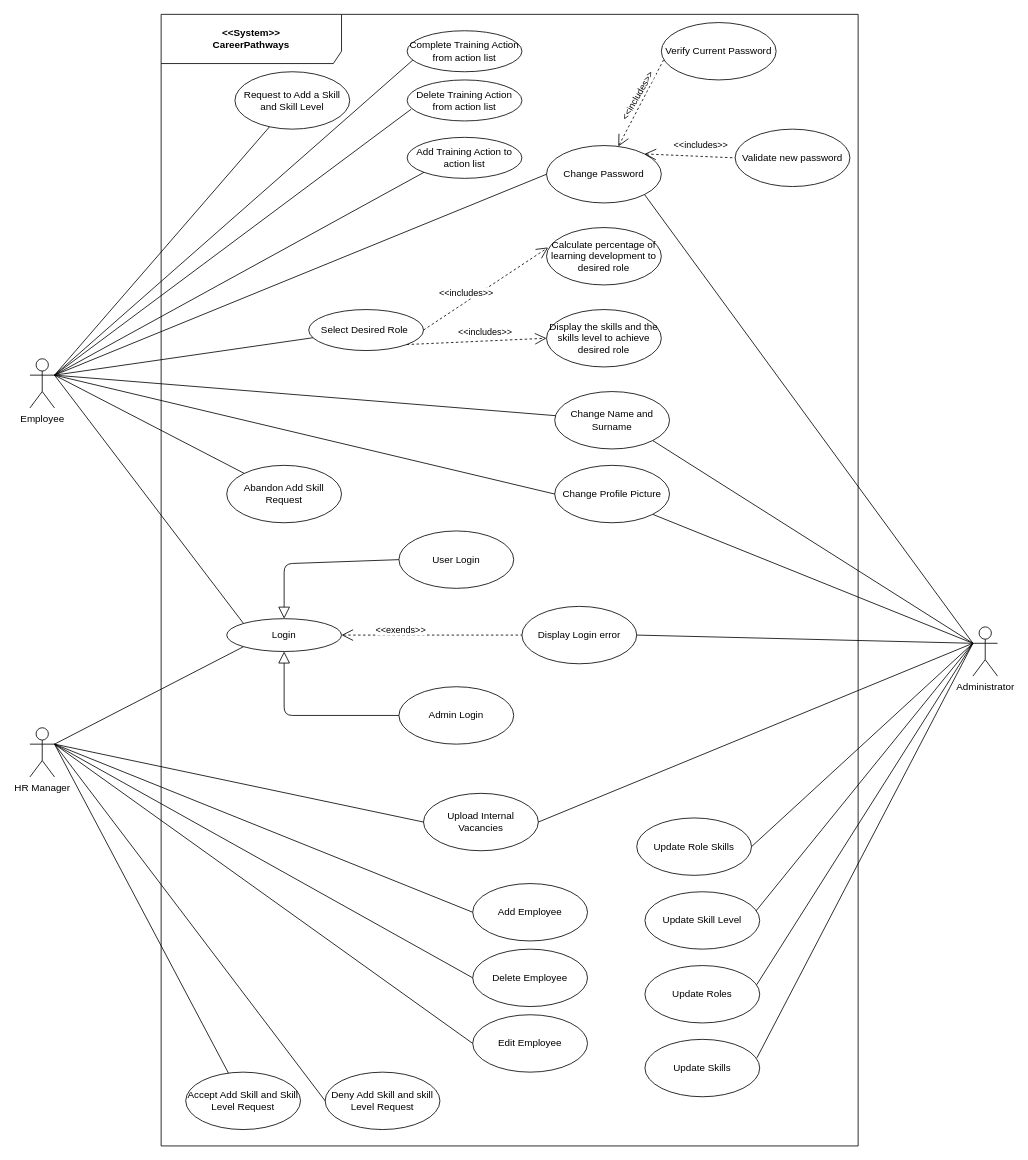
Above: CareerPathways.drawio in learningCurve89/WorkBasedPortfolios (draw.io), before the change. Source tidied: cells renumbered, new cells numbered last; positions are measured from the earlier drawing's top-left corner, leaving out a move shared by most shapes. Both pictures are drawn from the tidied source at 82%, with x=0, y=0 at pixel (30, 14).
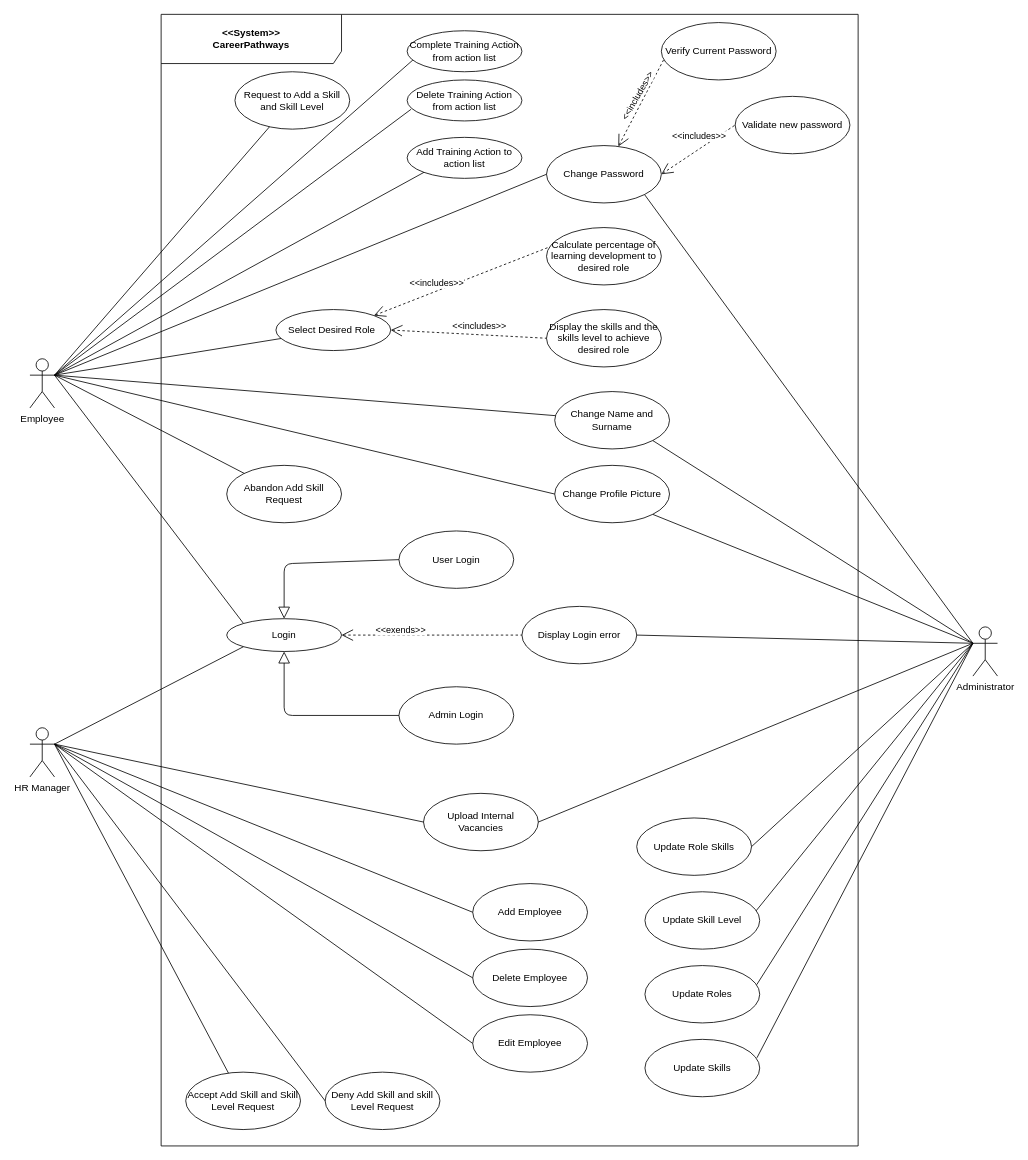
After the change.

Unchanged cells that the change refers to:
```xml
<mxCell id="11" value="Display the skills and the skills level to achieve desired role" style="ellipse;whiteSpace=wrap;html=1;" parent="1" vertex="1">
  <mxGeometry x="630" y="360" width="140" height="70" as="geometry" />
</mxCell>
<mxCell id="12" value="Change Password" style="ellipse;whiteSpace=wrap;html=1;" parent="1" vertex="1">
  <mxGeometry x="630" y="160" width="140" height="70" as="geometry" />
</mxCell>
<mxCell id="17" value="Calculate percentage of learning development to desired role" style="ellipse;whiteSpace=wrap;html=1;" parent="1" vertex="1">
  <mxGeometry x="630" y="260" width="140" height="70" as="geometry" />
</mxCell>
```

What changed in the source:
```diff
@@
     <mxCell id="10" value="Select Desired Role&amp;nbsp;" style="ellipse;whiteSpace=wrap;html=1;" parent="1" vertex="1">
-      <mxGeometry x="340" y="360" width="140" height="50" as="geometry" />
+      <mxGeometry x="300" y="360" width="140" height="50" as="geometry" />
     </mxCell>
@@
     <mxCell id="25" value="Validate new password" style="ellipse;whiteSpace=wrap;html=1;" parent="1" vertex="1">
-      <mxGeometry x="860" y="140" width="140" height="70" as="geometry" />
+      <mxGeometry x="860" y="100" width="140" height="70" as="geometry" />
     </mxCell>
@@
-    <mxCell id="55" style="endArrow=none;endFill=0;endSize=12;html=1;dashed=1;exitX=1;exitY=0;exitDx=0;exitDy=0;entryX=0;entryY=0.5;entryDx=0;entryDy=0;startArrow=open;startFill=0;startSize=12;" parent="1" edge="1" source="12" target="25">
+    <mxCell id="55" style="endArrow=none;endFill=0;endSize=12;html=1;dashed=1;exitX=1;exitY=0.5;exitDx=0;exitDy=0;entryX=0;entryY=0.5;entryDx=0;entryDy=0;startArrow=open;startFill=0;startSize=12;" parent="1" edge="1" source="12" target="25">
       <mxGeometry relative="1" as="geometry" />
     </mxCell>
     <mxCell id="56" value="&amp;lt;&amp;lt;includes&amp;gt;&amp;gt;" style="edgeLabel;html=1;align=center;verticalAlign=middle;rotation=0;" parent="55" vertex="1">
       <mxGeometry x="-0.36" y="12" relative="1" as="geometry">
-        <mxPoint x="32.6" y="0.2" as="offset" />
+        <mxPoint x="23.3" y="-16.8" as="offset" />
       </mxGeometry>
     </mxCell>
-    <mxCell id="57" style="endArrow=open;endFill=1;endSize=12;html=1;dashed=1;exitX=1;exitY=0.5;exitDx=0;exitDy=0;entryX=0.014;entryY=0.347;entryDx=0;entryDy=0;entryPerimeter=0;" parent="1" edge="1" source="10" target="17">
+    <mxCell id="57" style="endArrow=none;endFill=0;endSize=12;html=1;dashed=1;exitX=1;exitY=0;exitDx=0;exitDy=0;entryX=0.014;entryY=0.347;entryDx=0;entryDy=0;entryPerimeter=0;startArrow=open;startFill=0;startSize=12;" parent="1" edge="1" source="10" target="17">
       <mxGeometry relative="1" as="geometry" />
     </mxCell>
@@
-    <mxCell id="59" style="endArrow=open;endFill=1;endSize=12;html=1;dashed=1;exitX=1;exitY=1;exitDx=0;exitDy=0;entryX=0;entryY=0.5;entryDx=0;entryDy=0;" parent="1" edge="1" source="10" target="11">
+    <mxCell id="59" style="endArrow=none;endFill=0;endSize=12;html=1;dashed=1;exitX=1;exitY=0.5;exitDx=0;exitDy=0;entryX=0;entryY=0.5;entryDx=0;entryDy=0;startArrow=open;startFill=0;startSize=12;" parent="1" edge="1" source="10" target="11">
       <mxGeometry relative="1" as="geometry" />
     </mxCell>
```
